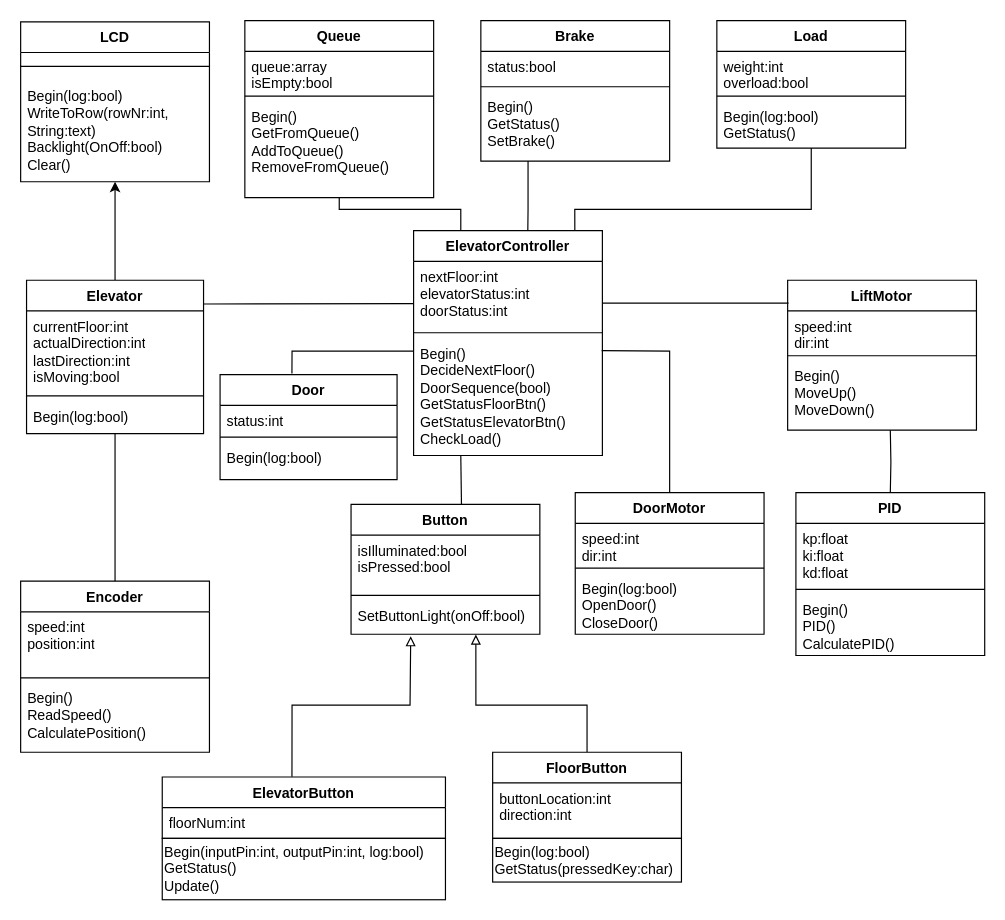
The draw.io diagram Documents/UMLDiagramElevator.drawio in johannesKringlen/MAS246_Project, before the edit. Source tidied: cells renumbered, new cells numbered last; positions are measured from the earlier drawing's top-left corner, leaving out a move shared by most shapes. Both pictures are drawn from the tidied source at 118%, with x=0, y=0 at pixel (20, 20).
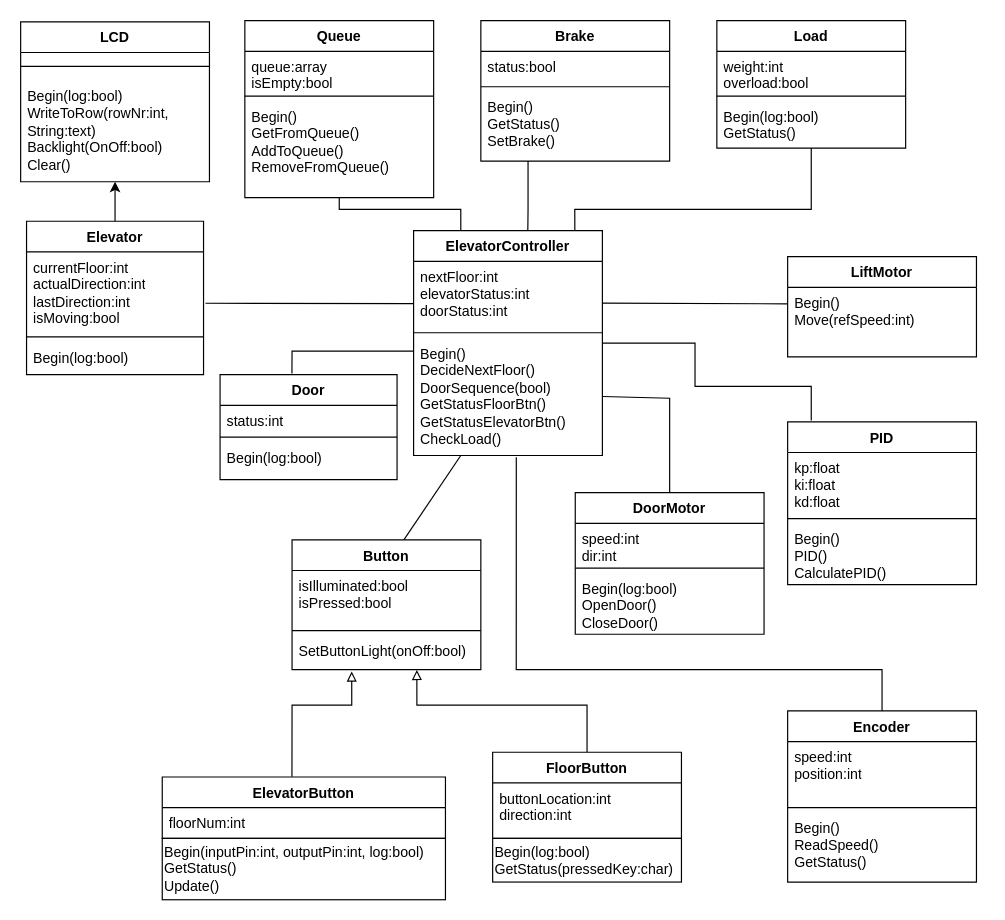
The same page after the edit.

Commit message:
Updated UML diagram

Unchanged cells that the change refers to:
```xml
<mxCell id="3" value="ElevatorController" style="swimlane;fontStyle=1;align=center;verticalAlign=top;horizontal=1;startSize=26;whiteSpace=wrap;html=1;" parent="1" vertex="1">
  <mxGeometry x="333" y="178" width="160" height="190.5" as="geometry" />
</mxCell>
<mxCell id="4" value="nextFloor:int&lt;div&gt;elevatorStatus:int&lt;/div&gt;&lt;div&gt;doorStatus:int&lt;/div&gt;" style="text;strokeColor=none;fillColor=none;align=left;verticalAlign=top;spacingLeft=4;spacingRight=4;overflow=hidden;points=[[0,0.5],[1,0.5]];portConstraint=eastwest;whiteSpace=wrap;html=1;" parent="3" vertex="1">
  <mxGeometry y="26" width="160" height="56.5" as="geometry" />
</mxCell>
<mxCell id="6" value="&lt;div&gt;Begin()&lt;/div&gt;DecideNextFloor()&lt;div&gt;DoorSequence(bool)&lt;/div&gt;&lt;div&gt;GetStatusFloorBtn()&lt;/div&gt;&lt;div&gt;GetStatusElevatorBtn()&lt;/div&gt;&lt;div&gt;CheckLoad()&lt;/div&gt;" style="text;strokeColor=none;fillColor=none;align=left;verticalAlign=top;spacingLeft=4;spacingRight=4;overflow=hidden;points=[[0,0.5],[1,0.5]];portConstraint=eastwest;whiteSpace=wrap;html=1;" parent="3" vertex="1">
  <mxGeometry y="90.5" width="160" height="100" as="geometry" />
</mxCell>
<mxCell id="12" value="&lt;div&gt;&lt;span style=&quot;background-color: transparent; color: light-dark(rgb(0, 0, 0), rgb(255, 255, 255));&quot;&gt;SetButtonLight(onOff:bool)&lt;/span&gt;&lt;/div&gt;" style="text;strokeColor=none;fillColor=none;align=left;verticalAlign=top;spacingLeft=4;spacingRight=4;overflow=hidden;points=[[0,0.5],[1,0.5]];portConstraint=eastwest;whiteSpace=wrap;html=1;" parent="9" vertex="1">
  <mxGeometry y="81" width="160" height="29" as="geometry" />
</mxCell>
<mxCell id="13" value="ElevatorButton" style="swimlane;fontStyle=1;align=center;verticalAlign=top;horizontal=1;startSize=26;whiteSpace=wrap;html=1;" parent="1" vertex="1">
  <mxGeometry x="120" y="641" width="240" height="52" as="geometry" />
</mxCell>
<mxCell id="15" value="FloorButton" style="swimlane;fontStyle=1;align=center;verticalAlign=top;horizontal=1;startSize=26;whiteSpace=wrap;html=1;" parent="1" vertex="1">
  <mxGeometry x="400" y="620" width="160" height="73" as="geometry" />
</mxCell>
<mxCell id="18" value="DoorMotor" style="swimlane;fontStyle=1;align=center;verticalAlign=top;horizontal=1;startSize=26;whiteSpace=wrap;html=1;" parent="1" vertex="1">
  <mxGeometry x="470" y="400" width="160" height="120" as="geometry" />
</mxCell>
<mxCell id="53" value="currentFloor:int&lt;div&gt;actualDirection:int&lt;/div&gt;&lt;div&gt;lastDirection:int&lt;/div&gt;&lt;div&gt;isMoving:bool&lt;/div&gt;&lt;div&gt;&lt;br&gt;&lt;/div&gt;&lt;div&gt;&lt;br&gt;&lt;/div&gt;&lt;div&gt;&lt;br&gt;&lt;/div&gt;" style="text;strokeColor=none;fillColor=none;align=left;verticalAlign=top;spacingLeft=4;spacingRight=4;overflow=hidden;points=[[0,0.5],[1,0.5]];portConstraint=eastwest;whiteSpace=wrap;html=1;" parent="52" vertex="1">
  <mxGeometry y="26" width="150" height="67.5" as="geometry" />
</mxCell>
```

The edit, as a diff of the source:
```diff
@@
     <mxCell id="7" style="edgeStyle=none;rounded=0;jettySize=auto;html=1;entryX=0.458;entryY=-0.003;entryDx=0;entryDy=0;endArrow=none;endFill=0;startArrow=block;startFill=0;exitX=0.316;exitY=1.055;exitDx=0;exitDy=0;exitPerimeter=0;entryPerimeter=0;" parent="1" edge="1" source="12" target="13">
       <mxGeometry relative="1" as="geometry">
         <Array as="points">
-          <mxPoint x="330" y="580" />
+          <mxPoint x="280.6" y="580" />
           <mxPoint x="230" y="580" />
         </Array>
       </mxGeometry>
     </mxCell>
     <mxCell id="8" style="edgeStyle=none;rounded=0;jettySize=auto;html=1;exitX=0.661;exitY=1.009;exitDx=0;exitDy=0;entryX=0.5;entryY=0;entryDx=0;entryDy=0;endArrow=none;endFill=0;startArrow=block;startFill=0;exitPerimeter=0;" parent="1" edge="1" source="12" target="15">
-      <mxGeometry relative="1" as="geometry">
+      <mxGeometry x="0.1" relative="1" as="geometry">
         <Array as="points">
-          <mxPoint x="385.8" y="580" />
+          <mxPoint x="335.8" y="580" />
           <mxPoint x="480" y="580" />
         </Array>
       </mxGeometry>
     </mxCell>
     <mxCell id="9" value="Button" style="swimlane;fontStyle=1;align=center;verticalAlign=top;horizontal=1;startSize=26;whiteSpace=wrap;html=1;" parent="1" vertex="1">
-      <mxGeometry x="280" y="410" width="160" height="110" as="geometry" />
+      <mxGeometry x="230" y="440" width="160" height="110" as="geometry" />
     </mxCell>
@@
-    <mxCell id="17" style="edgeStyle=none;rounded=0;jettySize=auto;html=1;entryX=0.996;entryY=0.112;entryDx=0;entryDy=0;endArrow=none;endFill=0;entryPerimeter=0;" parent="1" edge="1" source="18" target="6">
+    <mxCell id="17" style="edgeStyle=none;rounded=0;jettySize=auto;html=1;entryX=1;entryY=0.5;entryDx=0;entryDy=0;endArrow=none;endFill=0;" parent="1" edge="1" source="18" target="6">
       <mxGeometry x="0.17" relative="1" as="geometry">
         <Array as="points">
-          <mxPoint x="550" y="280" />
+          <mxPoint x="550" y="320" />
         </Array>
       </mxGeometry>
     </mxCell>
@@
-    <mxCell id="22" style="edgeStyle=orthogonalEdgeStyle;rounded=0;jettySize=auto;html=1;entryX=0.5;entryY=0;entryDx=0;entryDy=0;endArrow=none;endFill=0;" parent="1" edge="1" target="40">
-      <mxGeometry relative="1" as="geometry">
-        <mxPoint x="737" y="347.1" as="sourcePoint" />
-      </mxGeometry>
-    </mxCell>
     <mxCell id="23" value="LiftMotor" style="swimlane;fontStyle=1;align=center;verticalAlign=top;horizontal=1;startSize=26;whiteSpace=wrap;html=1;" parent="1" vertex="1">
-      <mxGeometry x="650" y="220" width="160" height="127" as="geometry" />
+      <mxGeometry x="650" y="200" width="160" height="85" as="geometry" />
     </mxCell>
-    <mxCell id="24" value="speed:int&lt;div&gt;dir:int&lt;/div&gt;" style="text;strokeColor=none;fillColor=none;align=left;verticalAlign=top;spacingLeft=4;spacingRight=4;overflow=hidden;whiteSpace=wrap;html=1;" parent="23" vertex="1">
-      <mxGeometry y="26" width="160" height="34" as="geometry" />
-    </mxCell>
-    <mxCell id="25" style="line;strokeWidth=1;fillColor=none;align=left;verticalAlign=middle;spacingTop=-1;spacingLeft=3;spacingRight=3;labelPosition=right;strokeColor=inherit;" parent="23" vertex="1">
-      <mxGeometry y="60" width="160" height="8" as="geometry" />
-    </mxCell>
-    <mxCell id="26" value="&lt;div&gt;Begin()&lt;/div&gt;MoveUp()&lt;div&gt;MoveDown()&lt;/div&gt;" style="text;strokeColor=none;fillColor=none;align=left;verticalAlign=top;spacingLeft=4;spacingRight=4;overflow=hidden;whiteSpace=wrap;html=1;" parent="23" vertex="1">
-      <mxGeometry y="68" width="160" height="59" as="geometry" />
+    <mxCell id="26" value="&lt;div&gt;Begin()&lt;/div&gt;Move(refSpeed:int)" style="text;strokeColor=none;fillColor=none;align=left;verticalAlign=top;spacingLeft=4;spacingRight=4;overflow=hidden;whiteSpace=wrap;html=1;" parent="23" vertex="1">
+      <mxGeometry y="26" width="160" height="59" as="geometry" />
     </mxCell>
-    <mxCell id="27" style="edgeStyle=none;rounded=0;jettySize=auto;html=1;entryX=0.998;entryY=0.626;entryDx=0;entryDy=0;exitX=0.005;exitY=0.153;exitDx=0;exitDy=0;endArrow=none;endFill=0;entryPerimeter=0;exitPerimeter=0;" parent="1" edge="1" source="23" target="4">
-      <mxGeometry relative="1" as="geometry" />
+    <mxCell id="27" style="edgeStyle=none;rounded=0;jettySize=auto;html=1;entryX=0.998;entryY=0.626;entryDx=0;entryDy=0;endArrow=none;endFill=0;entryPerimeter=0;" parent="1" edge="1" target="4">
+      <mxGeometry relative="1" as="geometry">
+        <mxPoint x="650" y="240" as="sourcePoint" />
+      </mxGeometry>
     </mxCell>
-    <mxCell id="28" style="edgeStyle=none;rounded=0;jettySize=auto;html=1;endArrow=none;endFill=0;exitX=0.5;exitY=1;exitDx=0;exitDy=0;" parent="1" edge="1" source="52">
-      <mxGeometry relative="1" as="geometry">
-        <mxPoint x="80" y="480" as="targetPoint" />
-      </mxGeometry>
-    </mxCell>
-    <mxCell id="29" style="edgeStyle=none;rounded=0;jettySize=auto;html=1;endArrow=none;endFill=0;exitX=1.002;exitY=0.155;exitDx=0;exitDy=0;exitPerimeter=0;entryX=0.001;entryY=0.635;entryDx=0;entryDy=0;entryPerimeter=0;" parent="1" edge="1" source="52" target="4">
+    <mxCell id="29" style="edgeStyle=none;rounded=0;jettySize=auto;html=1;endArrow=none;endFill=0;exitX=1.011;exitY=0.644;exitDx=0;exitDy=0;exitPerimeter=0;entryX=0.001;entryY=0.635;entryDx=0;entryDy=0;entryPerimeter=0;" parent="1" edge="1" source="53" target="4">
       <mxGeometry relative="1" as="geometry" />
     </mxCell>
@@
     <mxCell id="40" value="PID" style="swimlane;fontStyle=1;align=center;verticalAlign=top;horizontal=1;startSize=26;whiteSpace=wrap;html=1;" parent="1" vertex="1">
-      <mxGeometry x="657" y="400" width="160" height="138" as="geometry" />
+      <mxGeometry x="650" y="340" width="160" height="138" as="geometry" />
     </mxCell>
@@
     <mxCell id="47" value="Encoder" style="swimlane;fontStyle=1;align=center;verticalAlign=top;horizontal=1;startSize=26;whiteSpace=wrap;html=1;" parent="1" vertex="1">
-      <mxGeometry y="475" width="160" height="145" as="geometry" />
+      <mxGeometry x="650" y="585" width="160" height="145" as="geometry" />
     </mxCell>
@@
-    <mxCell id="50" value="Begin()&lt;div&gt;&lt;div&gt;&lt;div&gt;&lt;span style=&quot;background-color: transparent; color: light-dark(rgb(0, 0, 0), rgb(255, 255, 255));&quot;&gt;ReadSpeed()&lt;/span&gt;&lt;/div&gt;&lt;div&gt;CalculatePosition()&lt;/div&gt;&lt;/div&gt;&lt;/div&gt;" style="text;strokeColor=none;fillColor=none;align=left;verticalAlign=top;spacingLeft=4;spacingRight=4;overflow=hidden;whiteSpace=wrap;html=1;" parent="47" vertex="1">
+    <mxCell id="50" value="Begin()&lt;div&gt;&lt;div&gt;&lt;div&gt;&lt;span style=&quot;background-color: transparent; color: light-dark(rgb(0, 0, 0), rgb(255, 255, 255));&quot;&gt;ReadSpeed()&lt;/span&gt;&lt;/div&gt;&lt;div&gt;GetStatus()&lt;/div&gt;&lt;/div&gt;&lt;/div&gt;" style="text;strokeColor=none;fillColor=none;align=left;verticalAlign=top;spacingLeft=4;spacingRight=4;overflow=hidden;whiteSpace=wrap;html=1;" parent="47" vertex="1">
       <mxGeometry y="86" width="160" height="59" as="geometry" />
     </mxCell>
@@
     <mxCell id="52" value="Elevator" style="swimlane;fontStyle=1;align=center;verticalAlign=top;horizontal=1;startSize=26;whiteSpace=wrap;html=1;" parent="1" vertex="1">
-      <mxGeometry x="5" y="220" width="150" height="130" as="geometry" />
+      <mxGeometry x="5" y="170" width="150" height="130" as="geometry" />
     </mxCell>
@@
+    <mxCell id="68" style="edgeStyle=orthogonalEdgeStyle;rounded=0;jettySize=auto;html=1;exitX=0.5;exitY=0;exitDx=0;exitDy=0;entryX=0.544;entryY=1.015;entryDx=0;entryDy=0;entryPerimeter=0;endArrow=none;endFill=0;" parent="1" edge="1" source="47" target="6">
+      <mxGeometry relative="1" as="geometry">
+        <Array as="points">
+          <mxPoint x="730" y="550" />
+          <mxPoint x="420" y="550" />
+        </Array>
+      </mxGeometry>
+    </mxCell>
+    <mxCell id="69" style="edgeStyle=orthogonalEdgeStyle;rounded=0;jettySize=auto;html=1;exitX=1;exitY=0.5;exitDx=0;exitDy=0;entryX=0.125;entryY=-0.009;entryDx=0;entryDy=0;entryPerimeter=0;endArrow=none;endFill=0;" parent="1" edge="1" source="3" target="40">
+      <mxGeometry relative="1" as="geometry">
+        <Array as="points">
+          <mxPoint x="571.5" y="273.3" />
+          <mxPoint x="571.5" y="310" />
+          <mxPoint x="670" y="310" />
+        </Array>
+      </mxGeometry>
+    </mxCell>
```
